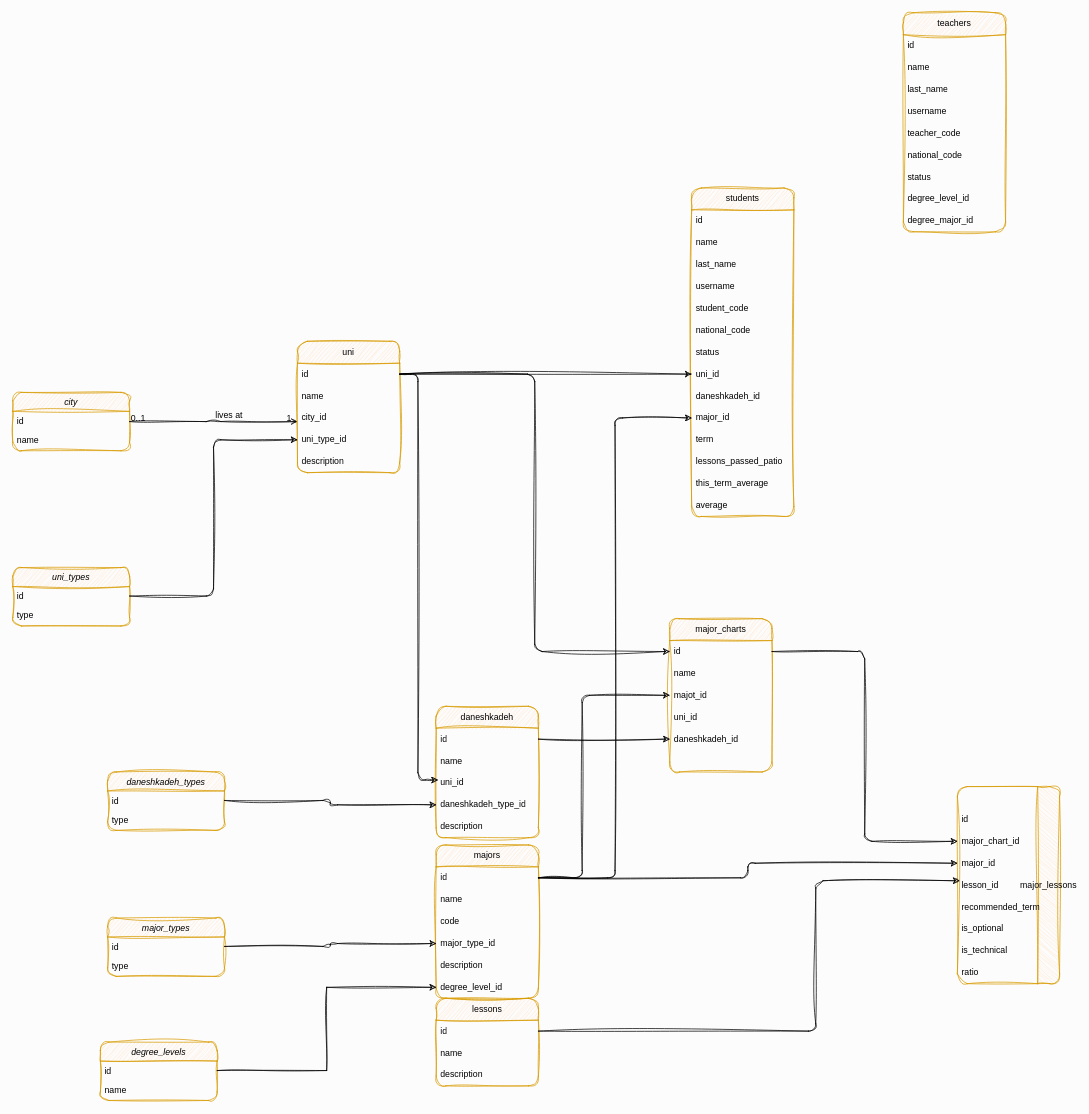
Earlier version of the draw.io diagram doc/models.drawio (soheil1405/uni_app_backend_golang). Source tidied: cells renumbered, new cells numbered last; positions are measured from the earlier drawing's top-left corner, leaving out a move shared by most shapes. Both pictures are drawn from the tidied source at 73%, with x=0, y=0 at pixel (12, 12).
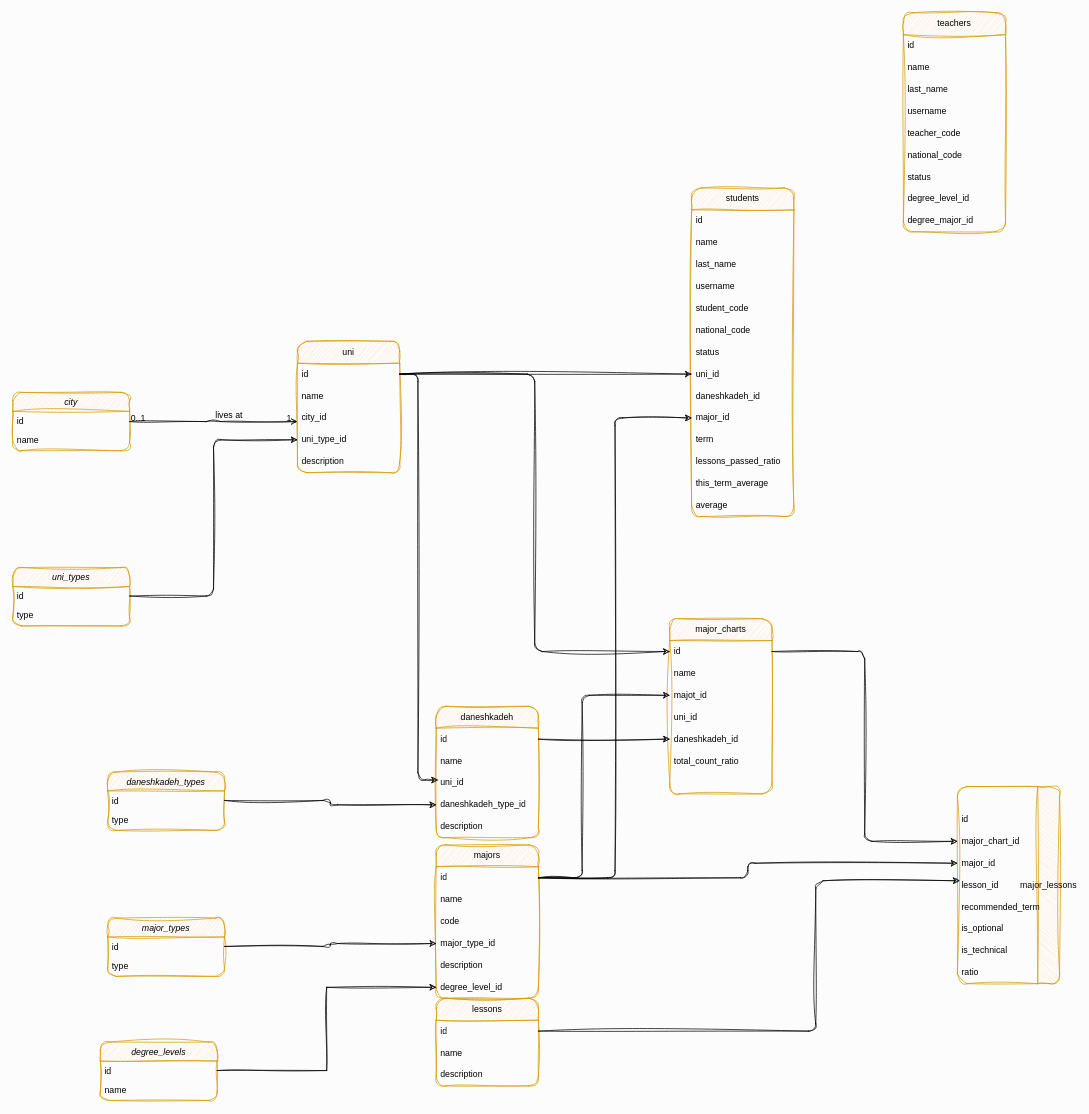
The same page after the edit.

The change refers to these unchanged cells:
```xml
<mxCell id="28" value="students" style="swimlane;fontStyle=0;horizontal=1;startSize=30;whiteSpace=wrap;html=1;labelBackgroundColor=none;sketch=1;curveFitting=1;jiggle=2;rounded=1;fillColor=#ffe6cc;strokeColor=#d79b00;" parent="1" vertex="1">
  <mxGeometry x="930" y="240" width="140" height="450" as="geometry" />
</mxCell>
```

Diff of the diagram source:
```diff
@@
-    <mxCell id="40" value="lessons_passed_patio" style="text;strokeColor=none;fillColor=none;align=left;verticalAlign=middle;spacingLeft=4;spacingRight=4;overflow=hidden;whiteSpace=wrap;html=1;labelBackgroundColor=none;sketch=1;curveFitting=1;jiggle=2;rounded=1;" parent="28" vertex="1">
+    <mxCell id="40" value="lessons_passed_ratio" style="text;strokeColor=none;fillColor=none;align=left;verticalAlign=middle;spacingLeft=4;spacingRight=4;overflow=hidden;whiteSpace=wrap;html=1;labelBackgroundColor=none;sketch=1;curveFitting=1;jiggle=2;rounded=1;" parent="28" vertex="1">
       <mxGeometry y="360" width="140" height="30" as="geometry" />
     </mxCell>
@@
     <mxCell id="52" value="major_charts" style="swimlane;fontStyle=0;horizontal=1;startSize=30;whiteSpace=wrap;html=1;labelBackgroundColor=none;sketch=1;curveFitting=1;jiggle=2;rounded=1;fillColor=#ffe6cc;strokeColor=#d79b00;" parent="1" vertex="1">
-      <mxGeometry x="900" y="830" width="140" height="210" as="geometry" />
+      <mxGeometry x="900" y="830" width="140" height="240" as="geometry" />
     </mxCell>
@@
+    <mxCell id="98" value="total_count_ratio" style="text;strokeColor=none;fillColor=none;align=left;verticalAlign=middle;spacingLeft=4;spacingRight=4;overflow=hidden;whiteSpace=wrap;html=1;labelBackgroundColor=none;sketch=1;curveFitting=1;jiggle=2;rounded=1;" parent="52" vertex="1">
+      <mxGeometry y="180" width="140" height="30" as="geometry" />
+    </mxCell>
     <mxCell id="58" style="text;strokeColor=none;fillColor=none;align=left;verticalAlign=middle;spacingLeft=4;spacingRight=4;overflow=hidden;whiteSpace=wrap;html=1;labelBackgroundColor=none;sketch=1;curveFitting=1;jiggle=2;rounded=1;" parent="52" vertex="1">
-      <mxGeometry y="180" width="140" height="30" as="geometry" />
+      <mxGeometry y="210" width="140" height="30" as="geometry" />
     </mxCell>
```
